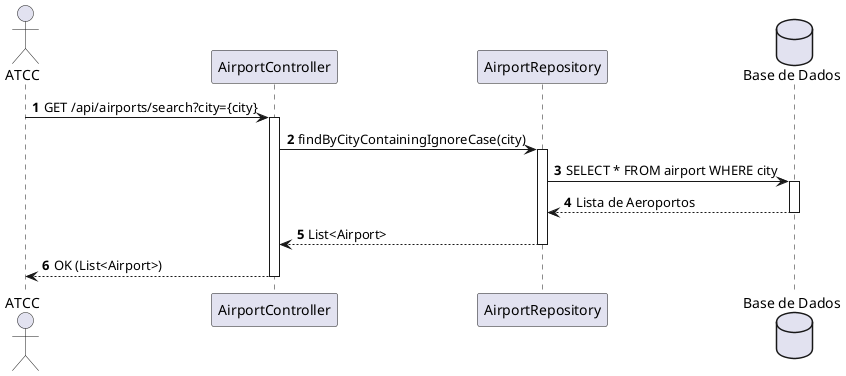
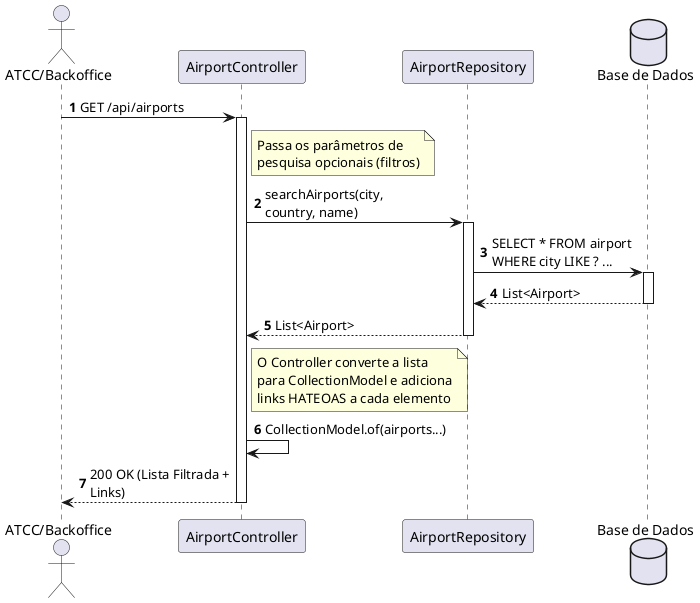
@startuml
autonumber
- skinparam packageStyle rectangle
+ skinparam maxMessageSize 150

- actor "ATCC" as User
+ actor "ATCC/Backoffice" as Admin
participant "AirportController" as Ctrl
participant "AirportRepository" as Repo
database "Base de Dados" as DB

- User -> Ctrl : GET /api/airports/search?city={city}
+ Admin -> Ctrl : GET /api/airports
activate Ctrl

- Ctrl -> Repo : findByCityContainingIgnoreCase(city)
+ note right of Ctrl: Passa os parâmetros de \npesquisa opcionais (filtros)
+ Ctrl -> Repo : searchAirports(city, country, name)
activate Repo
- Repo -> DB : SELECT * FROM airport WHERE city
+ 
+ 
+ Repo -> DB : SELECT * FROM airport WHERE city LIKE ? ...
activate DB
- DB --> Repo : Lista de Aeroportos
+ DB --> Repo : List<Airport>
deactivate DB
Repo --> Ctrl : List<Airport>
deactivate Repo

- Ctrl --> User : OK (List<Airport>)
+ note right of Ctrl: O Controller converte a lista\npara CollectionModel e adiciona\nlinks HATEOAS a cada elemento
+ Ctrl -> Ctrl : CollectionModel.of(airports...)
+ 
+ Ctrl --> Admin : 200 OK (Lista Filtrada + Links)
deactivate Ctrl
@enduml